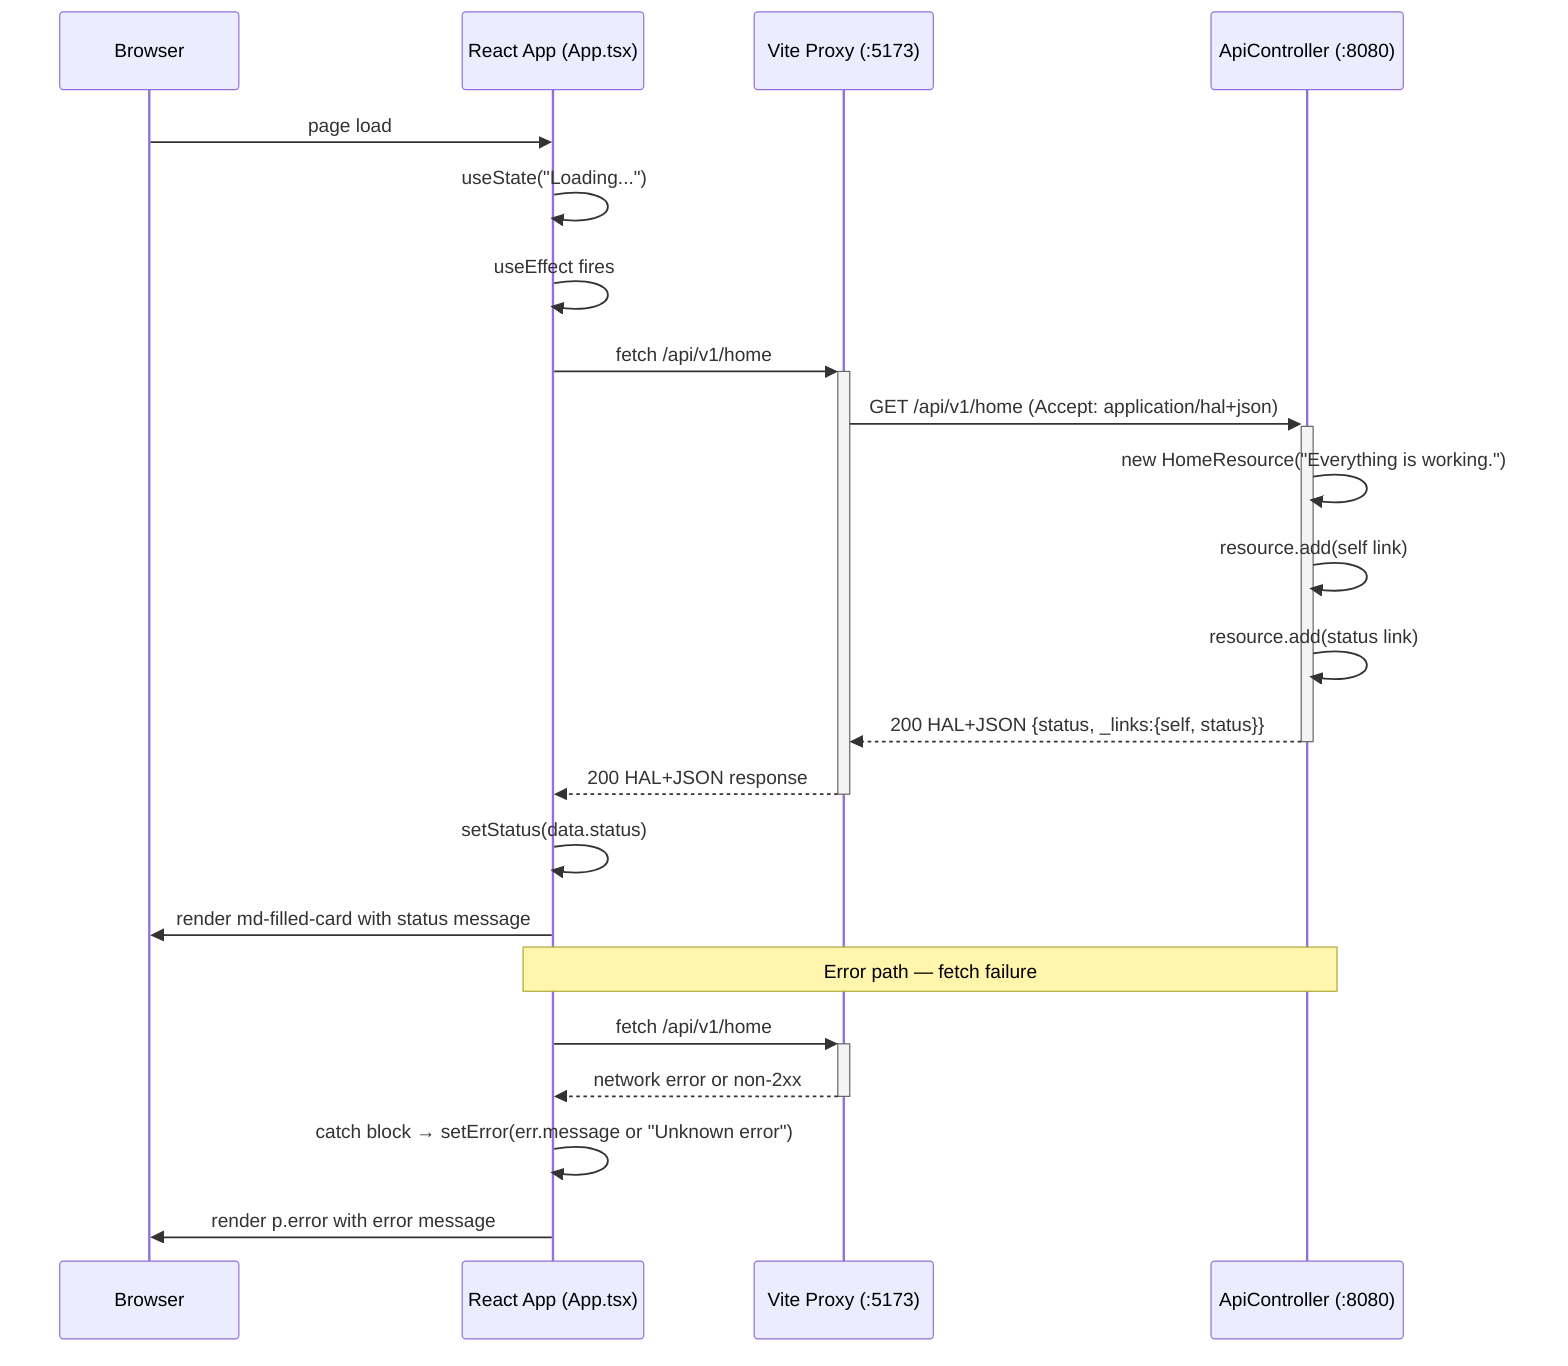
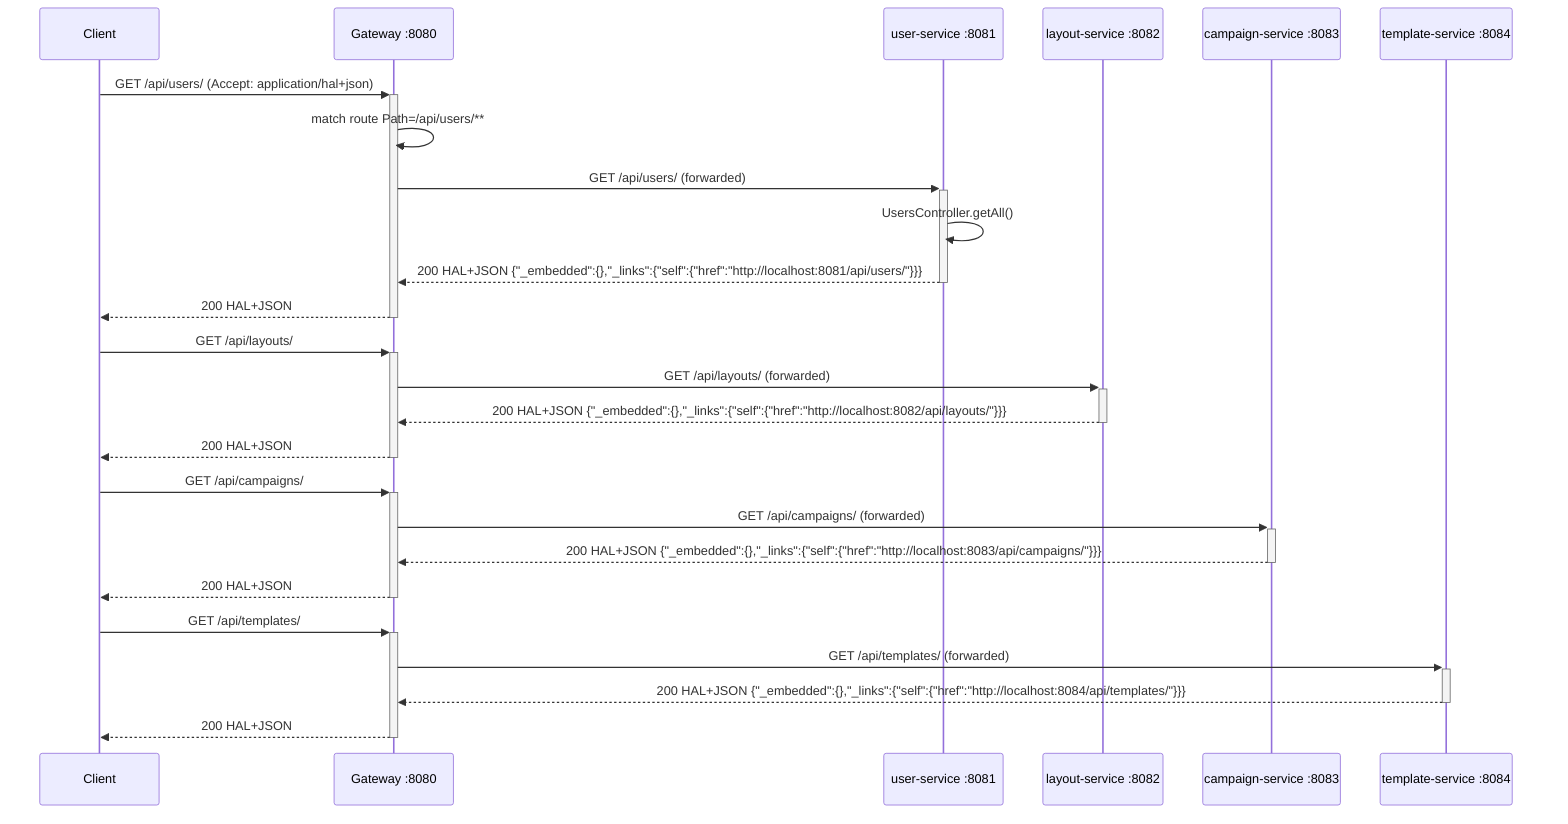
sequenceDiagram
-     participant Browser
-     participant React as React App (App.tsx)
-     participant ViteProxy as Vite Proxy (:5173)
-     participant API as ApiController (:8080)
+     participant Client
+     participant GW as Gateway :8080
+     participant US as user-service :8081
+     participant LS as layout-service :8082
+     participant CS as campaign-service :8083
+     participant TS as template-service :8084

-     Browser->>React: page load
-     React->>React: useState("Loading...")
-     React->>React: useEffect fires
+     Client->>+GW: GET /api/users/ (Accept: application/hal+json)
+     GW->>GW: match route Path=/api/users/**
+     GW->>+US: GET /api/users/ (forwarded)
+     US->>US: UsersController.getAll()
+     US-->>-GW: 200 HAL+JSON {"_embedded":{},"_links":{"self":{"href":"http://localhost:8081/api/users/"}}}
+     GW-->>-Client: 200 HAL+JSON

-     React->>+ViteProxy: fetch /api/v1/home
-     ViteProxy->>+API: GET /api/v1/home (Accept: application/hal+json)
-     API->>API: new HomeResource("Everything is working.")
-     API->>API: resource.add(self link)
-     API->>API: resource.add(status link)
-     API-->>-ViteProxy: 200 HAL+JSON {status, _links:{self, status}}
-     ViteProxy-->>-React: 200 HAL+JSON response
+     Client->>+GW: GET /api/layouts/
+     GW->>+LS: GET /api/layouts/ (forwarded)
+     LS-->>-GW: 200 HAL+JSON {"_embedded":{},"_links":{"self":{"href":"http://localhost:8082/api/layouts/"}}}
+     GW-->>-Client: 200 HAL+JSON

-     React->>React: setStatus(data.status)
-     React->>Browser: render md-filled-card with status message
+     Client->>+GW: GET /api/campaigns/
+     GW->>+CS: GET /api/campaigns/ (forwarded)
+     CS-->>-GW: 200 HAL+JSON {"_embedded":{},"_links":{"self":{"href":"http://localhost:8083/api/campaigns/"}}}
+     GW-->>-Client: 200 HAL+JSON

-     note over React,API: Error path — fetch failure
-     React->>+ViteProxy: fetch /api/v1/home
-     ViteProxy-->>-React: network error or non-2xx
-     React->>React: catch block → setError(err.message or "Unknown error")
-     React->>Browser: render p.error with error message
+     Client->>+GW: GET /api/templates/
+     GW->>+TS: GET /api/templates/ (forwarded)
+     TS-->>-GW: 200 HAL+JSON {"_embedded":{},"_links":{"self":{"href":"http://localhost:8084/api/templates/"}}}
+     GW-->>-Client: 200 HAL+JSON
